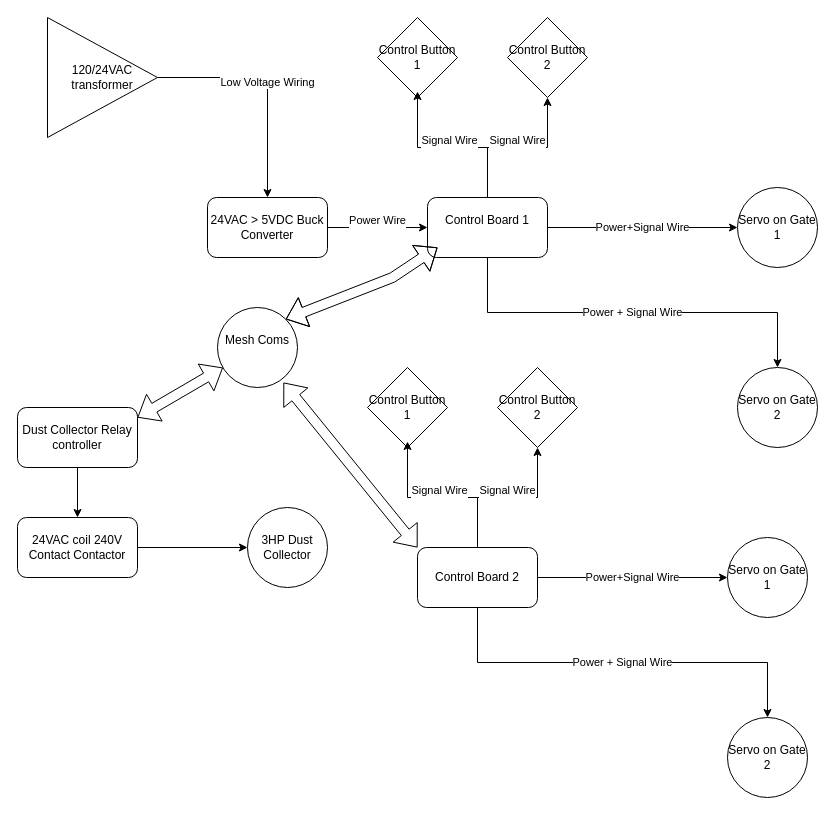
The draw.io diagram Untitled Diagram.drawio in AnotherBuildCorner/Mesh_Blast_Gates, before the edit. Source tidied: cells renumbered, new cells numbered last; positions are measured from the earlier drawing's top-left corner, leaving out a move shared by most shapes. Both pictures are drawn from the tidied source at 100%, with x=0, y=0 at pixel (17, 17).
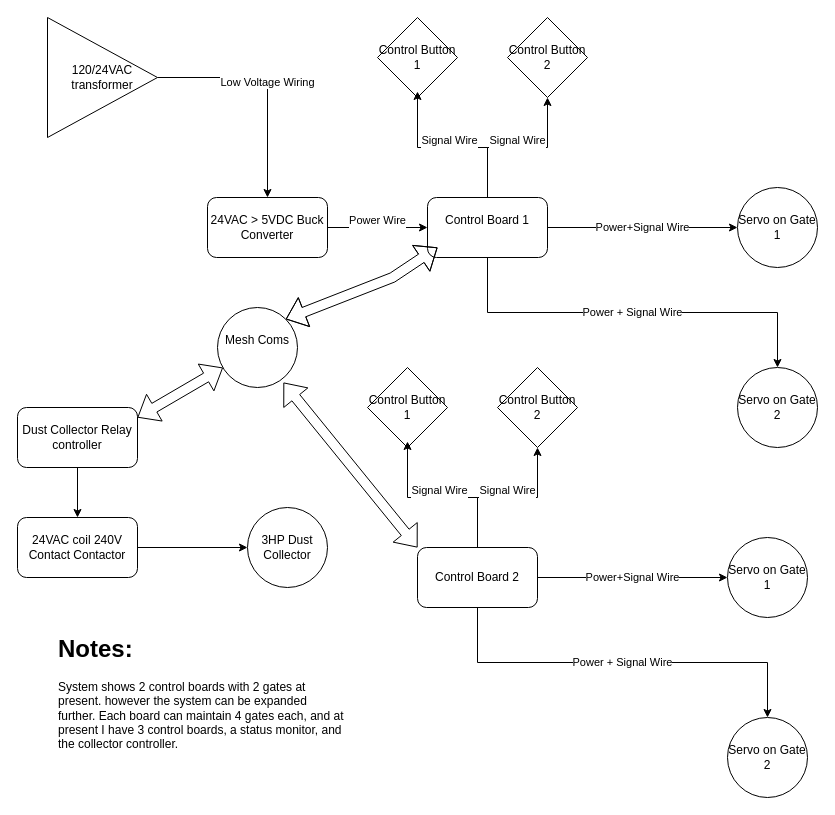
After the change.

Change to the diagram source:
```diff
@@
+    <mxCell id="33" value="&lt;h1 style=&quot;margin-top: 0px;&quot;&gt;Notes:&lt;/h1&gt;&lt;div&gt;System shows 2 control boards with 2 gates at present. however the system can be expanded further. Each board can maintain 4 gates each, and at present I have 3 control boards, a status monitor, and the collector controller.&lt;/div&gt;" style="text;html=1;whiteSpace=wrap;overflow=hidden;rounded=0;" parent="1" vertex="1">
+      <mxGeometry x="39" y="611" width="290" height="140" as="geometry" />
+    </mxCell>
```
